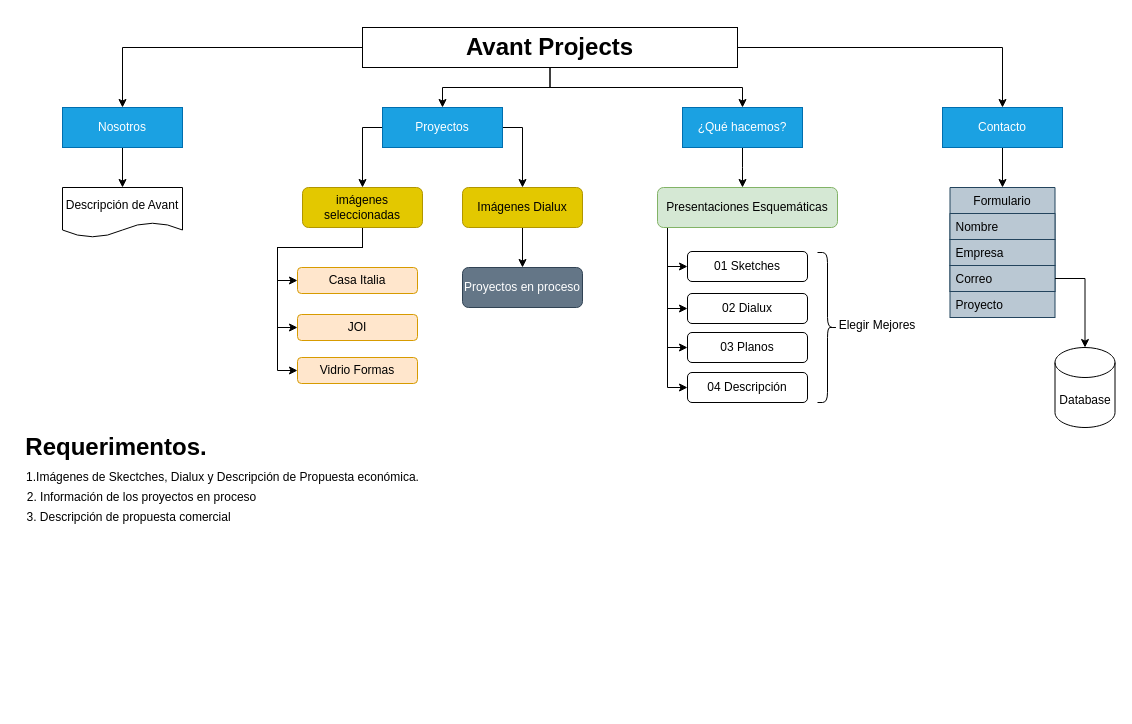
This is AvantProjects.drawio from gingadevs/flowchart, a draw.io file, before an edit. Source tidied: cells renumbered, new cells numbered last; positions are measured from the earlier drawing's top-left corner, leaving out a move shared by most shapes. Both pictures are drawn from the tidied source at 100%, with x=0, y=0 at pixel (17, 27).
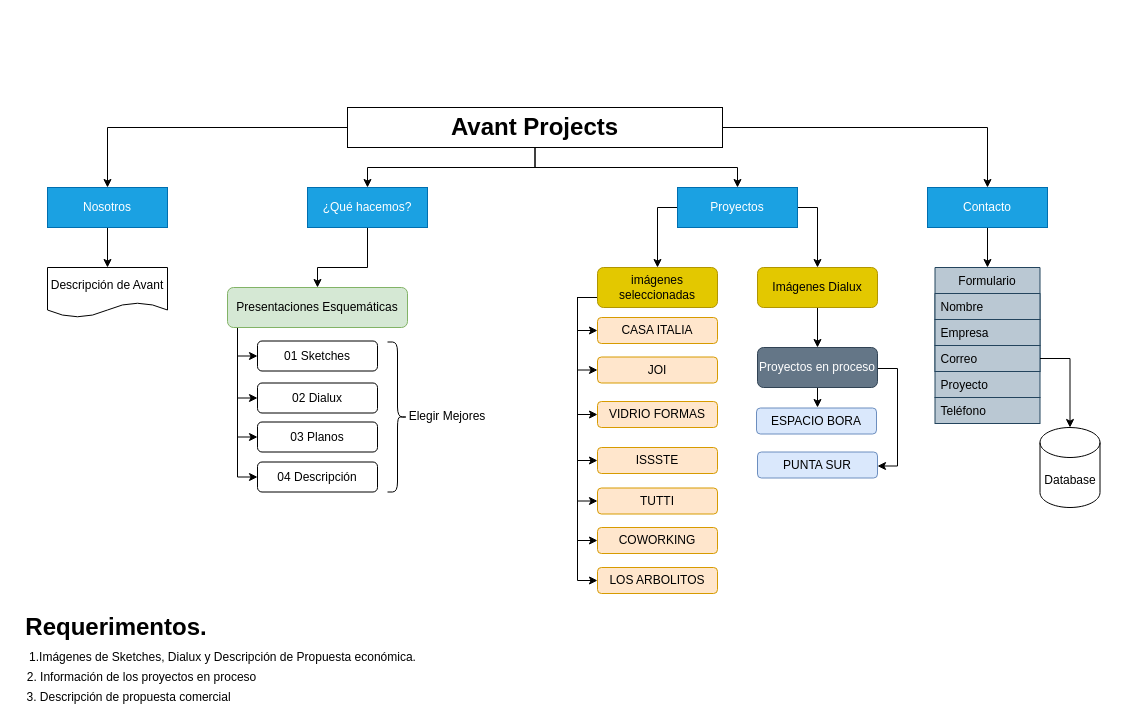
After the change.

The edit, as a diff of the source:
```diff
@@
     <mxCell id="6" value="&lt;h1&gt;Avant Projects&lt;/h1&gt;" style="text;html=1;strokeColor=default;fillColor=none;spacing=5;spacingTop=-20;whiteSpace=wrap;overflow=hidden;rounded=0;strokeWidth=1;align=center;" parent="1" vertex="1">
-      <mxGeometry x="345" width="375" height="40" as="geometry" />
+      <mxGeometry x="330" y="80" width="375" height="40" as="geometry" />
     </mxCell>
-    <mxCell id="7" style="edgeStyle=orthogonalEdgeStyle;rounded=0;jettySize=auto;html=1;entryX=0.5;entryY=0;entryDx=0;entryDy=0;" parent="1" edge="1" source="9" target="20">
+    <mxCell id="7" style="edgeStyle=orthogonalEdgeStyle;rounded=0;jettySize=auto;html=1;" parent="1" edge="1" source="9">
       <mxGeometry relative="1" as="geometry">
+        <mxPoint x="640" y="240" as="targetPoint" />
         <Array as="points">
-          <mxPoint x="345" y="100" />
+          <mxPoint x="640" y="180" />
         </Array>
       </mxGeometry>
     </mxCell>
-    <mxCell id="8" style="edgeStyle=orthogonalEdgeStyle;rounded=0;jettySize=auto;html=1;" parent="1" edge="1" source="9" target="22">
+    <mxCell id="8" style="edgeStyle=orthogonalEdgeStyle;rounded=0;jettySize=auto;html=1;" parent="1" edge="1" source="9">
       <mxGeometry relative="1" as="geometry">
+        <mxPoint x="800" y="240" as="targetPoint" />
         <Array as="points">
-          <mxPoint x="505" y="100" />
+          <mxPoint x="670" y="180" />
+          <mxPoint x="800" y="180" />
+          <mxPoint x="800" y="240" />
         </Array>
       </mxGeometry>
     </mxCell>
     <mxCell id="9" value="Proyectos" style="rounded=0;whiteSpace=wrap;html=1;fillColor=#1ba1e2;fontColor=#ffffff;strokeColor=#006EAF;" parent="1" vertex="1">
-      <mxGeometry x="365" y="80" width="120" height="40" as="geometry" />
+      <mxGeometry x="660" y="160" width="120" height="40" as="geometry" />
     </mxCell>
@@
     <mxCell id="11" value="Nosotros" style="rounded=0;whiteSpace=wrap;html=1;fillColor=#1ba1e2;fontColor=#ffffff;strokeColor=#006EAF;" parent="1" vertex="1">
-      <mxGeometry x="45" y="80" width="120" height="40" as="geometry" />
+      <mxGeometry x="30" y="160" width="120" height="40" as="geometry" />
     </mxCell>
-    <mxCell id="12" style="edgeStyle=orthogonalEdgeStyle;rounded=0;jettySize=auto;html=1;" parent="1" edge="1" source="13">
+    <mxCell id="12" style="edgeStyle=orthogonalEdgeStyle;rounded=0;jettySize=auto;html=1;entryX=0.5;entryY=0;entryDx=0;entryDy=0;" parent="1" edge="1" source="13" target="31">
       <mxGeometry relative="1" as="geometry">
-        <mxPoint x="725" y="160" as="targetPoint" />
+        <Array as="points">
+          <mxPoint x="350" y="240" />
+          <mxPoint x="300" y="240" />
+        </Array>
       </mxGeometry>
     </mxCell>
     <mxCell id="13" value="¿Qué hacemos?" style="rounded=0;whiteSpace=wrap;html=1;fillColor=#1ba1e2;fontColor=#ffffff;strokeColor=#006EAF;" parent="1" vertex="1">
-      <mxGeometry x="665" y="80" width="120" height="40" as="geometry" />
+      <mxGeometry x="290" y="160" width="120" height="40" as="geometry" />
     </mxCell>
@@
     <mxCell id="15" value="Contacto" style="rounded=0;whiteSpace=wrap;html=1;fillColor=#1ba1e2;fontColor=#ffffff;strokeColor=#006EAF;" parent="1" vertex="1">
-      <mxGeometry x="925" y="80" width="120" height="40" as="geometry" />
+      <mxGeometry x="910" y="160" width="120" height="40" as="geometry" />
     </mxCell>
     <mxCell id="16" value="Descripción de Avant" style="shape=document;whiteSpace=wrap;html=1;boundedLbl=1;" parent="1" vertex="1">
-      <mxGeometry x="45" y="160" width="120" height="50" as="geometry" />
+      <mxGeometry x="30" y="240" width="120" height="50" as="geometry" />
     </mxCell>
     <mxCell id="17" style="edgeStyle=orthogonalEdgeStyle;rounded=0;jettySize=auto;html=1;entryX=0;entryY=0.5;entryDx=0;entryDy=0;" parent="1" edge="1" source="20" target="26">
-      <mxGeometry relative="1" as="geometry" />
+      <mxGeometry relative="1" as="geometry">
+        <Array as="points">
+          <mxPoint x="560" y="270" />
+          <mxPoint x="560" y="303" />
+        </Array>
+      </mxGeometry>
     </mxCell>
     <mxCell id="18" style="edgeStyle=orthogonalEdgeStyle;rounded=0;jettySize=auto;html=1;entryX=0;entryY=0.5;entryDx=0;entryDy=0;" parent="1" edge="1" source="20" target="25">
       <mxGeometry relative="1" as="geometry">
         <Array as="points">
-          <mxPoint x="345" y="220" />
-          <mxPoint x="260" y="220" />
-          <mxPoint x="260" y="300" />
+          <mxPoint x="645" y="270" />
+          <mxPoint x="560" y="270" />
+          <mxPoint x="560" y="350" />
         </Array>
       </mxGeometry>
     </mxCell>
     <mxCell id="19" style="edgeStyle=orthogonalEdgeStyle;rounded=0;jettySize=auto;html=1;entryX=0;entryY=0.5;entryDx=0;entryDy=0;" parent="1" edge="1" source="20" target="24">
       <mxGeometry relative="1" as="geometry">
         <Array as="points">
-          <mxPoint x="345" y="220" />
-          <mxPoint x="260" y="220" />
-          <mxPoint x="260" y="343" />
+          <mxPoint x="645" y="270" />
+          <mxPoint x="560" y="270" />
+          <mxPoint x="560" y="393" />
         </Array>
       </mxGeometry>
     </mxCell>
+    <mxCell id="49" style="edgeStyle=orthogonalEdgeStyle;rounded=0;jettySize=auto;html=1;entryX=0;entryY=0.5;entryDx=0;entryDy=0;" parent="1" edge="1" source="20" target="56">
+      <mxGeometry relative="1" as="geometry">
+        <Array as="points">
+          <mxPoint x="560" y="270" />
+          <mxPoint x="560" y="433" />
+        </Array>
+      </mxGeometry>
+    </mxCell>
+    <mxCell id="50" style="edgeStyle=orthogonalEdgeStyle;rounded=0;jettySize=auto;html=1;exitX=0;exitY=0.75;exitDx=0;exitDy=0;entryX=0;entryY=0.5;entryDx=0;entryDy=0;" parent="1" edge="1" source="20" target="57">
+      <mxGeometry relative="1" as="geometry" />
+    </mxCell>
+    <mxCell id="51" style="edgeStyle=orthogonalEdgeStyle;rounded=0;jettySize=auto;html=1;exitX=0;exitY=0.75;exitDx=0;exitDy=0;entryX=0;entryY=0.5;entryDx=0;entryDy=0;" parent="1" edge="1" source="20" target="58">
+      <mxGeometry relative="1" as="geometry" />
+    </mxCell>
+    <mxCell id="52" style="edgeStyle=orthogonalEdgeStyle;rounded=0;jettySize=auto;html=1;exitX=0;exitY=0.75;exitDx=0;exitDy=0;entryX=0;entryY=0.5;entryDx=0;entryDy=0;" parent="1" edge="1" source="20" target="59">
+      <mxGeometry relative="1" as="geometry" />
+    </mxCell>
     <mxCell id="20" value="imágenes seleccionadas" style="rounded=1;whiteSpace=wrap;html=1;fillColor=#e3c800;fontColor=#000000;strokeColor=#B09500;" parent="1" vertex="1">
-      <mxGeometry x="285" y="160" width="120" height="40" as="geometry" />
+      <mxGeometry x="580" y="240" width="120" height="40" as="geometry" />
     </mxCell>
@@
     <mxCell id="22" value="Imágenes Dialux" style="rounded=1;whiteSpace=wrap;html=1;fillColor=#e3c800;fontColor=#000000;strokeColor=#B09500;" parent="1" vertex="1">
-      <mxGeometry x="445" y="160" width="120" height="40" as="geometry" />
+      <mxGeometry x="740" y="240" width="120" height="40" as="geometry" />
     </mxCell>
+    <mxCell id="53" style="edgeStyle=orthogonalEdgeStyle;rounded=0;jettySize=auto;html=1;" parent="1" edge="1" source="23">
+      <mxGeometry relative="1" as="geometry">
+        <mxPoint x="800" y="380" as="targetPoint" />
+      </mxGeometry>
+    </mxCell>
+    <mxCell id="54" style="edgeStyle=orthogonalEdgeStyle;rounded=0;orthogonalLoop=1;jettySize=auto;html=1;entryX=1;entryY=0.5;entryDx=0;entryDy=0;" parent="1" edge="1">
+      <mxGeometry relative="1" as="geometry">
+        <mxPoint x="860" y="341" as="sourcePoint" />
+        <mxPoint x="860" y="438.5" as="targetPoint" />
+        <Array as="points">
+          <mxPoint x="880" y="341" />
+          <mxPoint x="880" y="439" />
+        </Array>
+      </mxGeometry>
+    </mxCell>
     <mxCell id="23" value="Proyectos en proceso" style="rounded=1;whiteSpace=wrap;html=1;fillColor=#647687;fontColor=#ffffff;strokeColor=#314354;" parent="1" vertex="1">
-      <mxGeometry x="445" y="240" width="120" height="40" as="geometry" />
+      <mxGeometry x="740" y="320" width="120" height="40" as="geometry" />
     </mxCell>
-    <mxCell id="24" value="Vidrio Formas" style="rounded=1;whiteSpace=wrap;html=1;strokeColor=#d79b00;strokeWidth=1;align=center;fillColor=#ffe6cc;" parent="1" vertex="1">
-      <mxGeometry x="280" y="330" width="120" height="26" as="geometry" />
+    <mxCell id="24" value="VIDRIO FORMAS" style="rounded=1;whiteSpace=wrap;html=1;strokeColor=#d79b00;strokeWidth=1;align=center;fillColor=#ffe6cc;" parent="1" vertex="1">
+      <mxGeometry x="580" y="374" width="120" height="26" as="geometry" />
     </mxCell>
     <mxCell id="25" value="JOI" style="rounded=1;whiteSpace=wrap;html=1;strokeColor=#d79b00;strokeWidth=1;align=center;fillColor=#ffe6cc;" parent="1" vertex="1">
-      <mxGeometry x="280" y="287" width="120" height="26" as="geometry" />
+      <mxGeometry x="580" y="329.5" width="120" height="26" as="geometry" />
     </mxCell>
-    <mxCell id="26" value="Casa Italia" style="rounded=1;whiteSpace=wrap;html=1;strokeColor=#d79b00;strokeWidth=1;align=center;fillColor=#ffe6cc;" parent="1" vertex="1">
-      <mxGeometry x="280" y="240" width="120" height="26" as="geometry" />
+    <mxCell id="26" value="CASA ITALIA" style="rounded=1;whiteSpace=wrap;html=1;strokeColor=#d79b00;strokeWidth=1;align=center;fillColor=#ffe6cc;" parent="1" vertex="1">
+      <mxGeometry x="580" y="290" width="120" height="26" as="geometry" />
     </mxCell>
     <mxCell id="27" style="edgeStyle=orthogonalEdgeStyle;rounded=0;jettySize=auto;html=1;entryX=0;entryY=0.5;entryDx=0;entryDy=0;" parent="1" edge="1" source="31" target="33">
       <mxGeometry relative="1" as="geometry">
         <Array as="points">
-          <mxPoint x="650" y="239" />
+          <mxPoint x="220" y="328.5" />
         </Array>
       </mxGeometry>
     </mxCell>
     <mxCell id="28" style="edgeStyle=orthogonalEdgeStyle;rounded=0;jettySize=auto;html=1;entryX=0;entryY=0.5;entryDx=0;entryDy=0;" parent="1" edge="1" source="31" target="32">
       <mxGeometry relative="1" as="geometry">
         <Array as="points">
-          <mxPoint x="650" y="281" />
+          <mxPoint x="220" y="370.5" />
         </Array>
       </mxGeometry>
     </mxCell>
     <mxCell id="29" style="edgeStyle=orthogonalEdgeStyle;rounded=0;jettySize=auto;html=1;entryX=0;entryY=0.5;entryDx=0;entryDy=0;" parent="1" edge="1" source="31" target="34">
       <mxGeometry relative="1" as="geometry">
         <Array as="points">
-          <mxPoint x="650" y="320" />
+          <mxPoint x="220" y="409.5" />
         </Array>
       </mxGeometry>
     </mxCell>
     <mxCell id="30" style="edgeStyle=orthogonalEdgeStyle;rounded=0;jettySize=auto;html=1;entryX=0;entryY=0.5;entryDx=0;entryDy=0;" parent="1" edge="1" source="31" target="35">
       <mxGeometry relative="1" as="geometry">
         <Array as="points">
-          <mxPoint x="650" y="360" />
+          <mxPoint x="220" y="449.5" />
         </Array>
       </mxGeometry>
     </mxCell>
     <mxCell id="31" value="Presentaciones Esquemáticas" style="rounded=1;whiteSpace=wrap;html=1;strokeColor=#82b366;strokeWidth=1;align=center;labelBackgroundColor=none;fillColor=#d5e8d4;" parent="1" vertex="1">
-      <mxGeometry x="640" y="160" width="180" height="40" as="geometry" />
+      <mxGeometry x="210" y="260" width="180" height="40" as="geometry" />
     </mxCell>
     <mxCell id="32" value="02 Dialux" style="rounded=1;whiteSpace=wrap;html=1;labelBackgroundColor=none;strokeColor=default;strokeWidth=1;align=center;" parent="1" vertex="1">
-      <mxGeometry x="670" y="266" width="120" height="30" as="geometry" />
+      <mxGeometry x="240" y="355.5" width="120" height="30" as="geometry" />
     </mxCell>
     <mxCell id="33" value="01 Sketches" style="rounded=1;whiteSpace=wrap;html=1;labelBackgroundColor=none;strokeColor=default;strokeWidth=1;align=center;" parent="1" vertex="1">
-      <mxGeometry x="670" y="224" width="120" height="30" as="geometry" />
+      <mxGeometry x="240" y="313.5" width="120" height="30" as="geometry" />
     </mxCell>
     <mxCell id="34" value="03 Planos" style="rounded=1;whiteSpace=wrap;html=1;labelBackgroundColor=none;strokeColor=default;strokeWidth=1;align=center;" parent="1" vertex="1">
-      <mxGeometry x="670" y="305" width="120" height="30" as="geometry" />
+      <mxGeometry x="240" y="394.5" width="120" height="30" as="geometry" />
     </mxCell>
     <mxCell id="35" value="04 Descripción" style="rounded=1;whiteSpace=wrap;html=1;labelBackgroundColor=none;strokeColor=default;strokeWidth=1;align=center;" parent="1" vertex="1">
-      <mxGeometry x="670" y="345" width="120" height="30" as="geometry" />
+      <mxGeometry x="240" y="434.5" width="120" height="30" as="geometry" />
     </mxCell>
     <mxCell id="36" style="shape=curlyBracket;whiteSpace=wrap;html=1;rounded=1;flipH=1;labelBackgroundColor=none;strokeColor=default;strokeWidth=1;align=center;" parent="1" vertex="1">
-      <mxGeometry x="800" y="225" width="20" height="150" as="geometry" />
+      <mxGeometry x="370" y="314.5" width="20" height="150" as="geometry" />
     </mxCell>
     <mxCell id="37" value="Elegir Mejores" style="text;html=1;strokeColor=none;fillColor=none;align=center;verticalAlign=middle;whiteSpace=wrap;rounded=0;labelBackgroundColor=none;" parent="1" vertex="1">
-      <mxGeometry x="820" y="283" width="80" height="30" as="geometry" />
+      <mxGeometry x="390" y="374" width="80" height="30" as="geometry" />
     </mxCell>
     <mxCell id="38" value="Formulario" style="swimlane;fontStyle=0;horizontal=1;startSize=26;fillColor=#bac8d3;labelBackgroundColor=none;strokeColor=#23445d;strokeWidth=1;align=center;" parent="1" vertex="1">
-      <mxGeometry x="932.5" y="160" width="105" height="104" as="geometry" />
+      <mxGeometry x="917.5" y="240" width="105" height="104" as="geometry" />
     </mxCell>
@@
     <mxCell id="42" value="&lt;h1&gt;Requerimentos.&lt;/h1&gt;" style="text;html=1;strokeColor=none;fillColor=none;spacing=5;spacingTop=-20;whiteSpace=wrap;overflow=hidden;rounded=0;labelBackgroundColor=none;align=center;" parent="1" vertex="1">
-      <mxGeometry x="4" y="400" width="190" height="40" as="geometry" />
+      <mxGeometry x="4" y="580" width="190" height="40" as="geometry" />
     </mxCell>
     <mxCell id="43" value="Proyecto" style="text;strokeColor=#23445d;fillColor=#bac8d3;align=left;verticalAlign=top;spacingLeft=4;spacingRight=4;overflow=hidden;labelBackgroundColor=none;" parent="1" vertex="1">
-      <mxGeometry x="932.5" y="264" width="105" height="26" as="geometry" />
+      <mxGeometry x="917.5" y="344" width="105" height="26" as="geometry" />
     </mxCell>
     <mxCell id="44" value="Database" style="shape=cylinder3;whiteSpace=wrap;html=1;boundedLbl=1;backgroundOutline=1;size=15;labelBackgroundColor=none;strokeColor=default;strokeWidth=1;align=center;" parent="1" vertex="1">
-      <mxGeometry x="1037.5" y="320" width="60" height="80" as="geometry" />
+      <mxGeometry x="1022.5" y="400" width="60" height="80" as="geometry" />
     </mxCell>
@@
-    <mxCell id="46" value="1.&lt;span&gt;Imágenes de Skectches, Dialux y Descripción de Propuesta económica.&lt;/span&gt;" style="text;html=1;align=center;verticalAlign=middle;strokeColor=none;fillColor=none;" parent="1" vertex="1">
-      <mxGeometry y="440" width="410" height="20" as="geometry" />
+    <mxCell id="46" value="1.&lt;span&gt;Imágenes de Sketches, Dialux y Descripción de Propuesta económica.&lt;/span&gt;" style="text;html=1;align=center;verticalAlign=middle;strokeColor=none;fillColor=none;" parent="1" vertex="1">
+      <mxGeometry x="5" y="620" width="400" height="20" as="geometry" />
     </mxCell>
     <mxCell id="47" value="2. Información de los proyectos en proceso" style="text;html=1;align=center;verticalAlign=middle;strokeColor=none;fillColor=none;" parent="1" vertex="1">
-      <mxGeometry x="4" y="460" width="240" height="20" as="geometry" />
+      <mxGeometry x="4" y="640" width="240" height="20" as="geometry" />
     </mxCell>
     <mxCell id="48" value="3. Descripción de propuesta comercial&lt;br&gt;" style="text;html=1;align=center;verticalAlign=middle;strokeColor=none;fillColor=none;" parent="1" vertex="1">
-      <mxGeometry x="1" y="480" width="220" height="20" as="geometry" />
+      <mxGeometry x="1" y="660" width="220" height="20" as="geometry" />
     </mxCell>
+    <mxCell id="55" value="Teléfono" style="text;strokeColor=#23445d;fillColor=#bac8d3;align=left;verticalAlign=top;spacingLeft=4;spacingRight=4;overflow=hidden;labelBackgroundColor=none;" parent="1" vertex="1">
+      <mxGeometry x="917.5" y="370" width="105" height="26" as="geometry" />
+    </mxCell>
+    <mxCell id="56" value="ISSSTE" style="rounded=1;whiteSpace=wrap;html=1;strokeColor=#d79b00;strokeWidth=1;align=center;fillColor=#ffe6cc;" parent="1" vertex="1">
+      <mxGeometry x="580" y="420" width="120" height="26" as="geometry" />
+    </mxCell>
+    <mxCell id="57" value="TUTTI" style="rounded=1;whiteSpace=wrap;html=1;strokeColor=#d79b00;strokeWidth=1;align=center;fillColor=#ffe6cc;" parent="1" vertex="1">
+      <mxGeometry x="580" y="460.5" width="120" height="26" as="geometry" />
+    </mxCell>
+    <mxCell id="58" value="COWORKING" style="rounded=1;whiteSpace=wrap;html=1;strokeColor=#d79b00;strokeWidth=1;align=center;fillColor=#ffe6cc;" parent="1" vertex="1">
+      <mxGeometry x="580" y="500" width="120" height="26" as="geometry" />
+    </mxCell>
+    <mxCell id="59" value="LOS ARBOLITOS" style="rounded=1;whiteSpace=wrap;html=1;strokeColor=#d79b00;strokeWidth=1;align=center;fillColor=#ffe6cc;" parent="1" vertex="1">
+      <mxGeometry x="580" y="540" width="120" height="26" as="geometry" />
+    </mxCell>
+    <mxCell id="60" value="ESPACIO BORA" style="rounded=1;whiteSpace=wrap;html=1;strokeColor=#6c8ebf;strokeWidth=1;align=center;fillColor=#dae8fc;" parent="1" vertex="1">
+      <mxGeometry x="739" y="380.5" width="120" height="26" as="geometry" />
+    </mxCell>
+    <mxCell id="61" value="PUNTA SUR" style="rounded=1;whiteSpace=wrap;html=1;strokeColor=#6c8ebf;strokeWidth=1;align=center;fillColor=#dae8fc;" parent="1" vertex="1">
+      <mxGeometry x="740" y="424.5" width="120" height="26" as="geometry" />
+    </mxCell>
```
